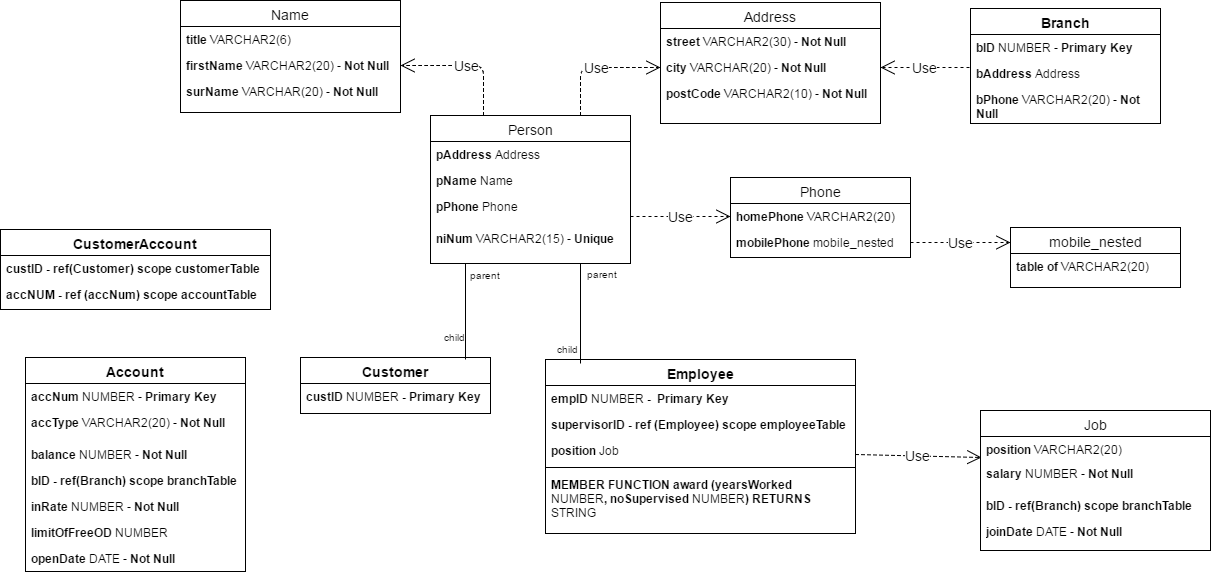
The draw.io diagram Coursework/UML Diagram.png in tomkopx/Advanced-databases, before a commit. Source tidied: cells renumbered, new cells last; positions are measured from the earlier drawing's top-left corner, leaving out a move shared by most shapes.
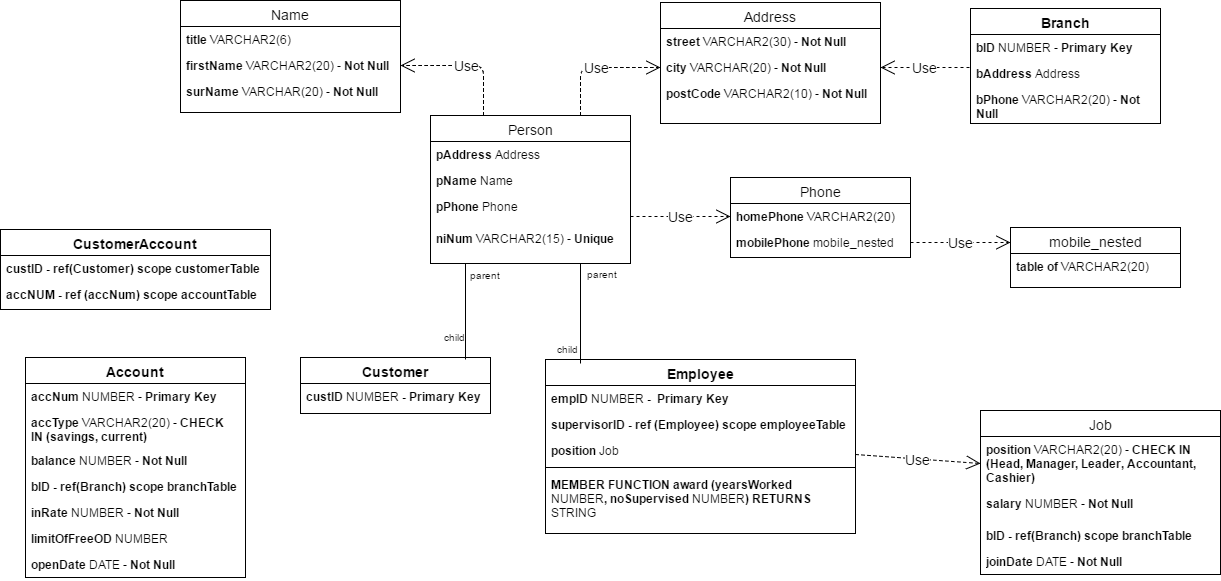
After the change.

What changed in the source:
```diff
@@ -45,19 +45,19 @@
       <mxGeometry relative="1" as="geometry" />
     </mxCell>
     <mxCell id="16" value="Job" style="swimlane;html=1;fontStyle=0;horizontal=1;startSize=26;fillColor=none;swimlaneFillColor=#ffffff;fontSize=14;" parent="1" vertex="1">
-      <mxGeometry x="980" y="410" width="230" height="140" as="geometry" />
+      <mxGeometry x="980" y="410" width="240" height="164" as="geometry" />
     </mxCell>
-    <mxCell id="17" value="&lt;b&gt;position&lt;/b&gt; VARCHAR2(20)" style="text;html=1;strokeColor=none;fillColor=none;align=left;verticalAlign=top;spacingLeft=4;spacingRight=4;whiteSpace=wrap;overflow=hidden;points=[[0,0.5],[1,0.5]];portConstraint=eastwest;" parent="16" vertex="1">
-      <mxGeometry y="26" width="230" height="24" as="geometry" />
+    <mxCell id="17" value="&lt;b&gt;position&lt;/b&gt; VARCHAR2(20) - &lt;b&gt;CHECK IN (Head, Manager, Leader, Accountant, Cashier)&lt;/b&gt;" style="text;html=1;strokeColor=none;fillColor=none;align=left;verticalAlign=top;spacingLeft=4;spacingRight=4;whiteSpace=wrap;overflow=hidden;points=[[0,0.5],[1,0.5]];portConstraint=eastwest;" parent="16" vertex="1">
+      <mxGeometry y="26" width="240" height="54" as="geometry" />
     </mxCell>
     <mxCell id="18" value="&lt;b&gt;salary&lt;/b&gt; NUMBER - &lt;b&gt;Not Null&lt;/b&gt;" style="text;html=1;strokeColor=none;fillColor=none;align=left;verticalAlign=top;spacingLeft=4;spacingRight=4;whiteSpace=wrap;overflow=hidden;" parent="16" vertex="1">
-      <mxGeometry y="50" width="230" height="32" as="geometry" />
+      <mxGeometry y="80" width="240" height="32" as="geometry" />
     </mxCell>
     <mxCell id="19" value="&lt;b&gt;bID&lt;/b&gt; &lt;b&gt;- ref(Branch) scope branchTable&lt;/b&gt;" style="text;html=1;strokeColor=none;fillColor=none;align=left;verticalAlign=top;spacingLeft=4;spacingRight=4;whiteSpace=wrap;overflow=hidden;" parent="16" vertex="1">
-      <mxGeometry y="82" width="230" height="26" as="geometry" />
+      <mxGeometry y="112" width="240" height="26" as="geometry" />
     </mxCell>
     <mxCell id="20" value="&lt;b&gt;joinDate &lt;/b&gt;DATE - &lt;b&gt;Not Null&lt;/b&gt;" style="text;html=1;strokeColor=none;fillColor=none;align=left;verticalAlign=top;spacingLeft=4;spacingRight=4;whiteSpace=wrap;overflow=hidden;" parent="16" vertex="1">
-      <mxGeometry y="108" width="230" height="26" as="geometry" />
+      <mxGeometry y="138" width="240" height="26" as="geometry" />
     </mxCell>
     <mxCell id="21" value="Person" style="swimlane;html=1;fontStyle=0;horizontal=1;startSize=26;fillColor=none;swimlaneFillColor=#ffffff;fontSize=14;" parent="1" vertex="1">
       <mxGeometry x="430" y="115" width="200" height="148" as="geometry" />
@@ -150,28 +150,28 @@
       <mxGeometry y="52" width="270" height="26" as="geometry" />
     </mxCell>
     <mxCell id="47" value="&lt;b&gt;Account&lt;/b&gt;" style="swimlane;html=1;fontStyle=0;horizontal=1;startSize=26;fillColor=none;swimlaneFillColor=#ffffff;fontSize=14;" parent="1" vertex="1">
-      <mxGeometry x="25" y="357" width="220" height="214" as="geometry" />
+      <mxGeometry x="25" y="357" width="220" height="220" as="geometry" />
     </mxCell>
     <mxCell id="48" value="&lt;b&gt;accNum&lt;/b&gt; NUMBER - &lt;b&gt;Primary Key&lt;/b&gt;" style="text;html=1;strokeColor=none;fillColor=none;align=left;verticalAlign=top;spacingLeft=4;spacingRight=4;whiteSpace=wrap;overflow=hidden;" parent="47" vertex="1">
       <mxGeometry y="26" width="220" height="26" as="geometry" />
     </mxCell>
-    <mxCell id="49" value="&lt;b&gt;accType&lt;/b&gt; VARCHAR2(20) - &lt;b&gt;Not Null&lt;/b&gt;" style="text;html=1;strokeColor=none;fillColor=none;align=left;verticalAlign=top;spacingLeft=4;spacingRight=4;whiteSpace=wrap;overflow=hidden;" parent="47" vertex="1">
-      <mxGeometry y="52" width="220" height="32" as="geometry" />
+    <mxCell id="49" value="&lt;b&gt;accType&lt;/b&gt; VARCHAR2(20) - &lt;b&gt;CHECK IN (savings, current)&lt;/b&gt;" style="text;html=1;strokeColor=none;fillColor=none;align=left;verticalAlign=top;spacingLeft=4;spacingRight=4;whiteSpace=wrap;overflow=hidden;" parent="47" vertex="1">
+      <mxGeometry y="52" width="220" height="38" as="geometry" />
     </mxCell>
     <mxCell id="50" value="&lt;b&gt;balance &lt;/b&gt;NUMBER - &lt;b&gt;Not Null&lt;/b&gt;" style="text;html=1;strokeColor=none;fillColor=none;align=left;verticalAlign=top;spacingLeft=4;spacingRight=4;whiteSpace=wrap;overflow=hidden;" parent="47" vertex="1">
-      <mxGeometry y="84" width="220" height="26" as="geometry" />
+      <mxGeometry y="90" width="220" height="26" as="geometry" />
     </mxCell>
     <mxCell id="51" value="&lt;b&gt;bID&lt;/b&gt; &lt;b&gt;- ref(Branch) scope branchTable&lt;/b&gt;" style="text;html=1;strokeColor=none;fillColor=none;align=left;verticalAlign=top;spacingLeft=4;spacingRight=4;whiteSpace=wrap;overflow=hidden;" parent="47" vertex="1">
-      <mxGeometry y="110" width="220" height="26" as="geometry" />
+      <mxGeometry y="116" width="220" height="26" as="geometry" />
     </mxCell>
     <mxCell id="52" value="&lt;b&gt;inRate&amp;nbsp;&lt;/b&gt;NUMBER - &lt;b&gt;Not Null&lt;/b&gt;" style="text;html=1;strokeColor=none;fillColor=none;align=left;verticalAlign=top;spacingLeft=4;spacingRight=4;whiteSpace=wrap;overflow=hidden;" parent="47" vertex="1">
-      <mxGeometry y="136" width="220" height="26" as="geometry" />
+      <mxGeometry y="142" width="220" height="26" as="geometry" />
     </mxCell>
     <mxCell id="53" value="&lt;b&gt;limitOfFreeOD&amp;nbsp;&lt;/b&gt;NUMBER" style="text;html=1;strokeColor=none;fillColor=none;align=left;verticalAlign=top;spacingLeft=4;spacingRight=4;whiteSpace=wrap;overflow=hidden;" parent="47" vertex="1">
-      <mxGeometry y="162" width="220" height="26" as="geometry" />
+      <mxGeometry y="168" width="220" height="26" as="geometry" />
     </mxCell>
     <mxCell id="54" value="&lt;b&gt;openDate &lt;/b&gt;DATE - &lt;b&gt;Not Null&lt;/b&gt;" style="text;html=1;strokeColor=none;fillColor=none;align=left;verticalAlign=top;spacingLeft=4;spacingRight=4;whiteSpace=wrap;overflow=hidden;" parent="47" vertex="1">
-      <mxGeometry y="188" width="220" height="26" as="geometry" />
+      <mxGeometry y="194" width="220" height="26" as="geometry" />
     </mxCell>
     <mxCell id="55" value="Use" style="endArrow=open;endSize=12;dashed=1;html=1;fontSize=14;entryX=1;entryY=0.5;exitX=-0.006;exitY=0.269;exitPerimeter=0;" parent="1" edge="1" source="42" target="4">
       <mxGeometry relative="1" as="geometry" />
@@ -196,7 +196,7 @@
         </Array>
       </mxGeometry>
     </mxCell>
-    <mxCell id="59" value="Use" style="endArrow=open;endSize=12;dashed=1;html=1;fontSize=14;entryX=0.004;entryY=0.885;entryPerimeter=0;" parent="1" edge="1" target="17">
+    <mxCell id="59" value="Use" style="endArrow=open;endSize=12;dashed=1;html=1;fontSize=14;entryX=0;entryY=0.5;" parent="1" edge="1" target="17">
       <mxGeometry relative="1" as="geometry">
         <mxPoint x="855" y="454" as="sourcePoint" />
       </mxGeometry>
```
